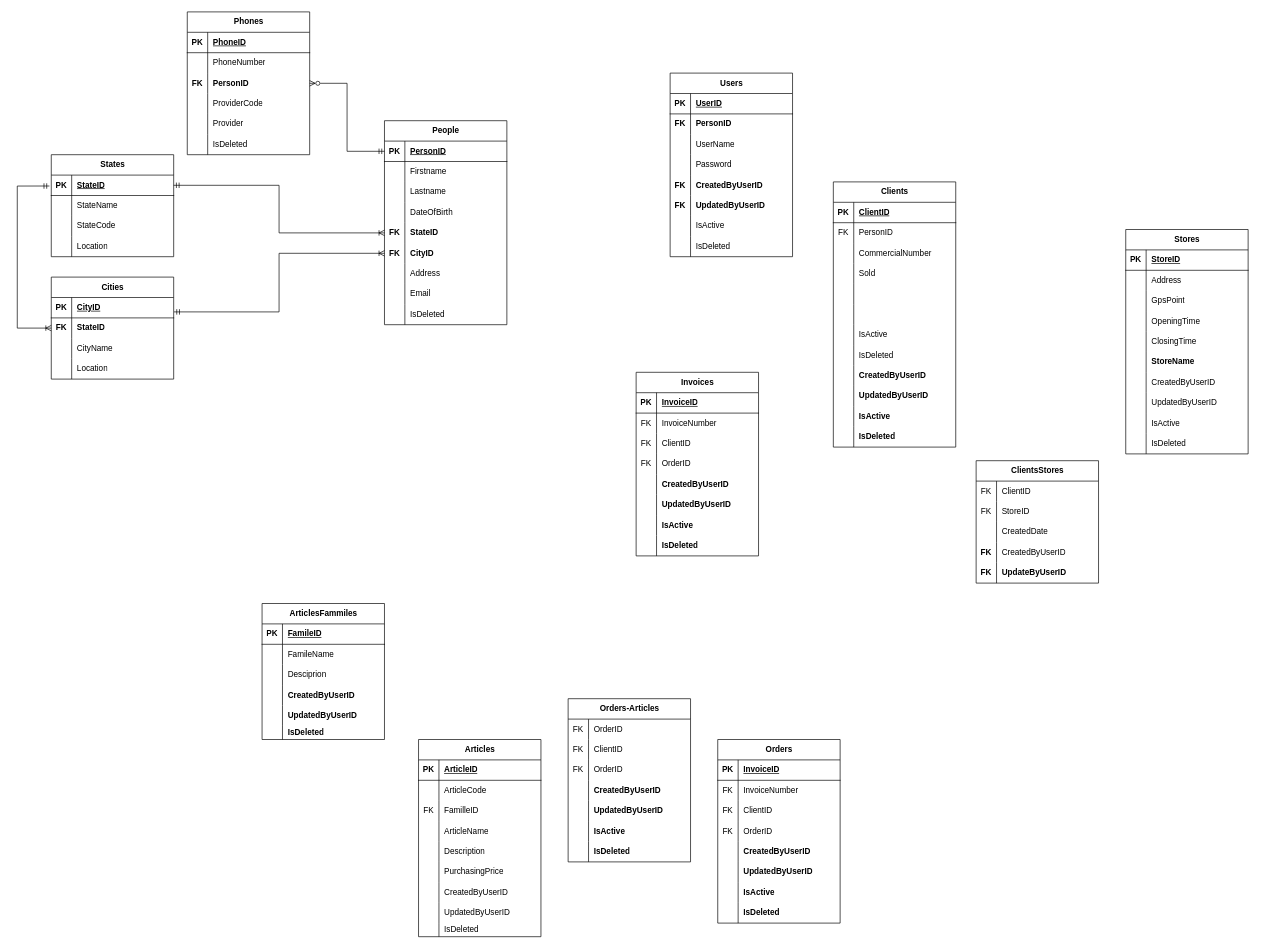
Above: GNT_Manager.drawio in khalil98dev/GNT (draw.io), before the change. Source tidied: cells renumbered, new cells numbered last; positions are measured from the earlier drawing's top-left corner, leaving out a move shared by most shapes. Both pictures are drawn from the tidied source at 68%, with x=0, y=0 at pixel (17, 12).
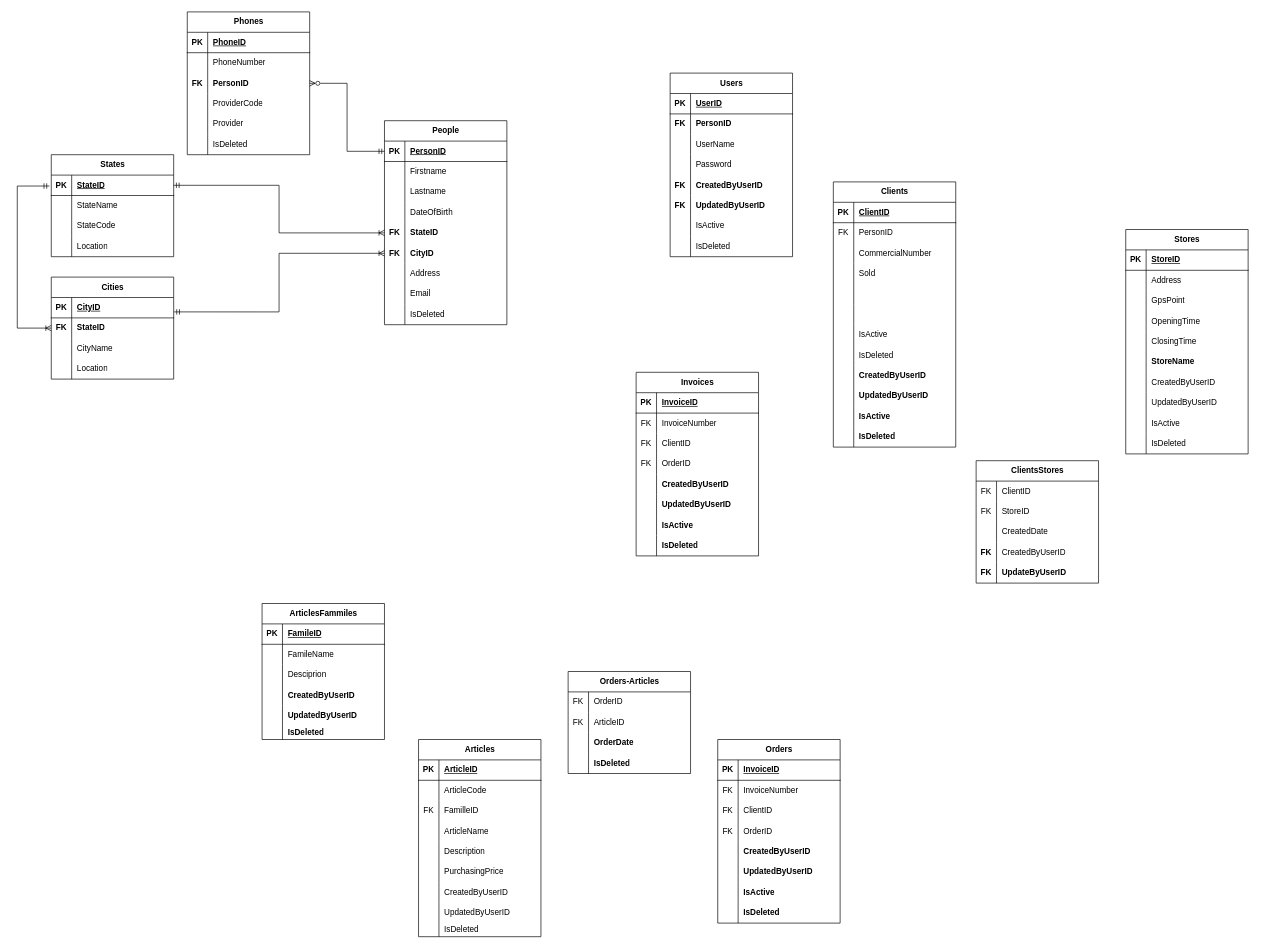
After the change.

The change refers to these unchanged cells:
```xml
<mxCell id="291" style="shape=tableRow;horizontal=0;startSize=0;swimlaneHead=0;swimlaneBody=0;fillColor=none;top=0;left=0;right=0;bottom=0;" parent="287" vertex="1">
  <mxGeometry y="60" width="180" height="30" as="geometry" />
</mxCell>
```

Change to the diagram source:
```diff
@@
     <mxCell id="287" value="Orders-Articles" style="shape=table;startSize=30;childLayout=tableLayout;rowLines=0;fontStyle=1;align=center;html=1;" parent="1" vertex="1">
-      <mxGeometry x="810" y="1010" width="180" height="240" as="geometry" />
+      <mxGeometry x="810" y="970" width="180" height="150" as="geometry" />
     </mxCell>
@@
-    <mxCell id="293" value="ClientID" style="shape=partialRectangle;fillColor=none;top=0;left=0;bottom=0;right=0;align=left;spacingLeft=6;overflow=hidden;whiteSpace=wrap;html=1;" parent="291" vertex="1">
+    <mxCell id="293" value="ArticleID" style="shape=partialRectangle;fillColor=none;top=0;left=0;bottom=0;right=0;align=left;spacingLeft=6;overflow=hidden;whiteSpace=wrap;html=1;" parent="291" vertex="1">
       <mxGeometry x="30" width="150" height="30" as="geometry" />
     </mxCell>
-    <mxCell id="294" style="shape=tableRow;horizontal=0;startSize=0;swimlaneHead=0;swimlaneBody=0;fillColor=none;top=0;left=0;right=0;bottom=0;" parent="287" vertex="1">
-      <mxGeometry y="90" width="180" height="30" as="geometry" />
-    </mxCell>
-    <mxCell id="295" value="FK" style="shape=partialRectangle;fillColor=none;top=0;left=0;bottom=0;right=0;overflow=hidden;whiteSpace=wrap;html=1;" parent="294" vertex="1">
-      <mxGeometry width="30" height="30" as="geometry" />
-    </mxCell>
-    <mxCell id="296" value="OrderID" style="shape=partialRectangle;fillColor=none;top=0;left=0;bottom=0;right=0;align=left;spacingLeft=6;overflow=hidden;whiteSpace=wrap;html=1;" parent="294" vertex="1">
-      <mxGeometry x="30" width="150" height="30" as="geometry" />
-    </mxCell>
-    <mxCell id="297" style="shape=tableRow;horizontal=0;startSize=0;swimlaneHead=0;swimlaneBody=0;fillColor=none;top=0;left=0;right=0;bottom=0;" parent="287" vertex="1">
-      <mxGeometry y="120" width="180" height="30" as="geometry" />
-    </mxCell>
-    <mxCell id="298" style="shape=partialRectangle;fillColor=none;top=0;left=0;bottom=0;right=0;overflow=hidden;whiteSpace=wrap;html=1;fontStyle=1;" parent="297" vertex="1">
-      <mxGeometry width="30" height="30" as="geometry" />
-    </mxCell>
-    <mxCell id="299" value="CreatedByUserID" style="shape=partialRectangle;fillColor=none;top=0;left=0;bottom=0;right=0;align=left;spacingLeft=6;overflow=hidden;whiteSpace=wrap;html=1;fontStyle=1;" parent="297" vertex="1">
-      <mxGeometry x="30" width="150" height="30" as="geometry" />
-    </mxCell>
-    <mxCell id="300" style="shape=tableRow;horizontal=0;startSize=0;swimlaneHead=0;swimlaneBody=0;fillColor=none;top=0;left=0;right=0;bottom=0;" parent="287" vertex="1">
-      <mxGeometry y="150" width="180" height="30" as="geometry" />
-    </mxCell>
-    <mxCell id="301" style="shape=partialRectangle;fillColor=none;top=0;left=0;bottom=0;right=0;overflow=hidden;whiteSpace=wrap;html=1;fontStyle=1;" parent="300" vertex="1">
-      <mxGeometry width="30" height="30" as="geometry" />
-    </mxCell>
-    <mxCell id="302" value="UpdatedByUserID" style="shape=partialRectangle;fillColor=none;top=0;left=0;bottom=0;right=0;align=left;spacingLeft=6;overflow=hidden;whiteSpace=wrap;html=1;fontStyle=1;" parent="300" vertex="1">
-      <mxGeometry x="30" width="150" height="30" as="geometry" />
-    </mxCell>
     <mxCell id="303" style="shape=tableRow;horizontal=0;startSize=0;swimlaneHead=0;swimlaneBody=0;fillColor=none;top=0;left=0;right=0;bottom=0;" parent="287" vertex="1">
-      <mxGeometry y="180" width="180" height="30" as="geometry" />
+      <mxGeometry y="90" width="180" height="30" as="geometry" />
     </mxCell>
@@
-    <mxCell id="305" value="IsActive" style="shape=partialRectangle;fillColor=none;top=0;left=0;bottom=0;right=0;align=left;spacingLeft=6;overflow=hidden;whiteSpace=wrap;html=1;fontStyle=1;" parent="303" vertex="1">
+    <mxCell id="305" value="OrderDate" style="shape=partialRectangle;fillColor=none;top=0;left=0;bottom=0;right=0;align=left;spacingLeft=6;overflow=hidden;whiteSpace=wrap;html=1;fontStyle=1;" parent="303" vertex="1">
       <mxGeometry x="30" width="150" height="30" as="geometry" />
     </mxCell>
     <mxCell id="306" style="shape=tableRow;horizontal=0;startSize=0;swimlaneHead=0;swimlaneBody=0;fillColor=none;top=0;left=0;right=0;bottom=0;" parent="287" vertex="1">
-      <mxGeometry y="210" width="180" height="30" as="geometry" />
+      <mxGeometry y="120" width="180" height="30" as="geometry" />
     </mxCell>
```
